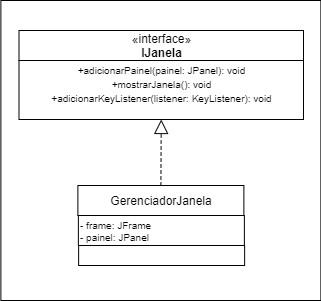
Above: ProjetoFinal/assets/InterfaceJanela.png in gabrielmelo00/OOP_Final_Projects (draw.io), before the change. Source tidied: cells renumbered, new cells last; positions are measured from the earlier drawing's top-left corner, leaving out a move shared by most shapes.
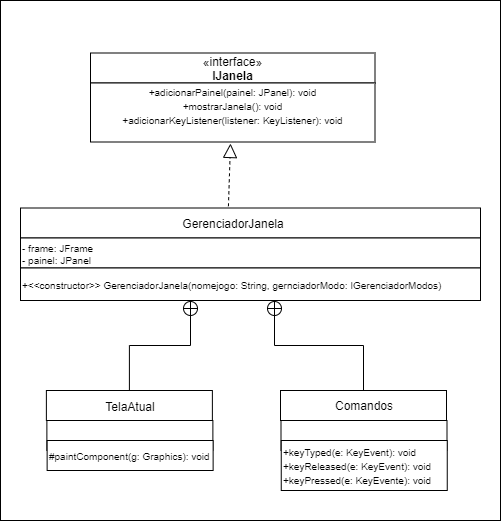
After the commit.

The edit, as a diff of the source:
```diff
@@ -2,29 +2,65 @@
   <root>
     <mxCell id="0" />
     <mxCell id="1" parent="0" />
-    <mxCell id="2" style="rounded=0;whiteSpace=wrap;html=1;" parent="1" vertex="1">
-      <mxGeometry x="0.4" width="320" height="300" as="geometry" />
-    </mxCell>
+    <mxCell id="10" style="rounded=0;whiteSpace=wrap;html=1;" parent="1" vertex="1">
+      <mxGeometry x="-71.5" y="-22.5" width="500" height="520" as="geometry" />
+    </mxCell>
     <mxCell id="3" value="«interface»&lt;br&gt;&lt;b&gt;IJanela&lt;/b&gt;" style="html=1;fillColor=#ffffff;" parent="1" vertex="1">
       <mxGeometry x="18.5" y="30" width="284.5" height="30" as="geometry" />
     </mxCell>
     <mxCell id="4" value="&lt;font&gt;&lt;span style=&quot;font-size: 10px&quot;&gt;+adicionarPainel(painel: JPanel): void&lt;/span&gt;&lt;br&gt;&lt;span style=&quot;font-size: 10px&quot;&gt;+mostrarJanela(): void&lt;br&gt;+adicionarKeyListener(listener:&amp;nbsp;&lt;/span&gt;&lt;span style=&quot;font-size: 10px&quot;&gt;KeyListener&lt;/span&gt;&lt;span style=&quot;font-size: 10px&quot;&gt;): void&lt;/span&gt;&lt;br&gt;&lt;br&gt;&lt;/font&gt;" style="html=1;fillColor=#ffffff;" parent="1" vertex="1">
       <mxGeometry x="18.5" y="60" width="284.5" height="59" as="geometry" />
     </mxCell>
-    <mxCell id="5" style="endArrow=block;dashed=1;endFill=0;endSize=12;html=1;exitX=0.5;exitY=0;exitDx=0;exitDy=0;entryX=0.5;entryY=1;entryDx=0;entryDy=0;" parent="1" edge="1" source="6" target="4">
-      <mxGeometry relative="1" as="geometry" />
-    </mxCell>
-    <mxCell id="6" style="rounded=0;whiteSpace=wrap;html=1;fillColor=#ffffff;" parent="1" vertex="1">
-      <mxGeometry x="77.4" y="185" width="166" height="30" as="geometry" />
-    </mxCell>
+    <mxCell id="11" style="endArrow=block;dashed=1;endFill=0;endSize=12;html=1;exitX=0.452;exitY=-0.058;exitDx=0;exitDy=0;exitPerimeter=0;" parent="1" edge="1" source="12">
+      <mxGeometry relative="1" as="geometry">
+        <mxPoint x="158.5" y="120.5" as="targetPoint" />
+      </mxGeometry>
+    </mxCell>
+    <mxCell id="12" style="rounded=0;whiteSpace=wrap;html=1;fillColor=#ffffff;" parent="1" vertex="1">
+      <mxGeometry x="-51.5" y="185" width="460" height="30" as="geometry" />
+    </mxCell>
     <mxCell id="7" value="GerenciadorJanela&lt;br&gt;" style="text;html=1;strokeColor=none;fillColor=none;align=center;verticalAlign=middle;whiteSpace=wrap;rounded=0;" parent="1" vertex="1">
       <mxGeometry x="141.1" y="190" width="40" height="20" as="geometry" />
     </mxCell>
     <mxCell id="8" value="&lt;div&gt;&lt;span style=&quot;font-size: x-small&quot;&gt;- frame: JFrame&lt;/span&gt;&lt;/div&gt;&lt;font size=&quot;1&quot;&gt;&lt;div&gt;&lt;span&gt;- painel: JPanel&lt;/span&gt;&lt;/div&gt;&lt;/font&gt;" style="rounded=0;whiteSpace=wrap;html=1;fillColor=#ffffff;align=left;" parent="1" vertex="1">
-      <mxGeometry x="77.9" y="215" width="166" height="30" as="geometry" />
+      <mxGeometry x="-51.5" y="215" width="460" height="30" as="geometry" />
     </mxCell>
-    <mxCell id="9" style="rounded=0;whiteSpace=wrap;html=1;fillColor=#ffffff;align=left;" parent="1" vertex="1">
-      <mxGeometry x="78.1" y="245" width="166" height="20" as="geometry" />
-    </mxCell>
+    <mxCell id="13" value="&lt;span style=&quot;font-size: 10px&quot;&gt;+&amp;lt;&amp;lt;constructor&amp;gt;&amp;gt; GerenciadorJanela(nomejogo: String, gernciadorModo: IGerenciadorModos)&lt;/span&gt;&lt;font size=&quot;1&quot;&gt;&lt;br&gt;&lt;/font&gt;" style="rounded=0;whiteSpace=wrap;html=1;fillColor=#ffffff;align=left;" parent="1" vertex="1">
+      <mxGeometry x="-51.5" y="245" width="460" height="32.5" as="geometry" />
+    </mxCell>
+    <mxCell id="14" style="edgeStyle=orthogonalEdgeStyle;rounded=0;jettySize=auto;html=1;endArrow=circlePlus;endFill=0;" parent="1" edge="1" source="15">
+      <mxGeometry relative="1" as="geometry">
+        <mxPoint x="118.5" y="277.5" as="targetPoint" />
+      </mxGeometry>
+    </mxCell>
+    <mxCell id="15" style="rounded=0;whiteSpace=wrap;html=1;fillColor=#ffffff;" parent="1" vertex="1">
+      <mxGeometry x="-25.6" y="367.5" width="166" height="30" as="geometry" />
+    </mxCell>
+    <mxCell id="16" value="TelaAtual" style="text;html=1;strokeColor=none;fillColor=none;align=center;verticalAlign=middle;whiteSpace=wrap;rounded=0;" parent="1" vertex="1">
+      <mxGeometry x="38.1" y="373.5" width="40" height="20" as="geometry" />
+    </mxCell>
+    <mxCell id="17" value="&lt;div&gt;&lt;br&gt;&lt;/div&gt;&lt;font size=&quot;1&quot;&gt;&lt;br&gt;&lt;/font&gt;" style="rounded=0;whiteSpace=wrap;html=1;fillColor=#ffffff;align=left;" parent="1" vertex="1">
+      <mxGeometry x="-25.1" y="397.5" width="166" height="30" as="geometry" />
+    </mxCell>
+    <mxCell id="18" value="&lt;font size=&quot;1&quot;&gt;#paintComponent(g: Graphics): void&lt;/font&gt;" style="rounded=0;whiteSpace=wrap;html=1;fillColor=#ffffff;align=left;" parent="1" vertex="1">
+      <mxGeometry x="-24.9" y="417.5" width="166" height="30" as="geometry" />
+    </mxCell>
+    <mxCell id="19" style="edgeStyle=orthogonalEdgeStyle;rounded=0;jettySize=auto;html=1;exitX=0.5;exitY=0;exitDx=0;exitDy=0;endArrow=circlePlus;endFill=0;" parent="1" edge="1" source="20">
+      <mxGeometry relative="1" as="geometry">
+        <mxPoint x="202.5" y="277.5" as="targetPoint" />
+      </mxGeometry>
+    </mxCell>
+    <mxCell id="20" style="rounded=0;whiteSpace=wrap;html=1;fillColor=#ffffff;" parent="1" vertex="1">
+      <mxGeometry x="208.5" y="367.5" width="166" height="30" as="geometry" />
+    </mxCell>
+    <mxCell id="21" value="Comandos" style="text;html=1;strokeColor=none;fillColor=none;align=center;verticalAlign=middle;whiteSpace=wrap;rounded=0;" parent="1" vertex="1">
+      <mxGeometry x="272.2" y="372.5" width="40" height="20" as="geometry" />
+    </mxCell>
+    <mxCell id="22" style="rounded=0;whiteSpace=wrap;html=1;fillColor=#ffffff;align=left;" parent="1" vertex="1">
+      <mxGeometry x="209" y="397.5" width="166" height="30" as="geometry" />
+    </mxCell>
+    <mxCell id="23" value="&lt;font size=&quot;1&quot;&gt;+keyTyped(e: KeyEvent): void&lt;br&gt;+keyReleased(e: KeyEvent): void&lt;br&gt;+keyPressed(e: KeyEvente): void&lt;br&gt;&lt;/font&gt;" style="rounded=0;whiteSpace=wrap;html=1;fillColor=#ffffff;align=left;" parent="1" vertex="1">
+      <mxGeometry x="209.2" y="417.5" width="166" height="50" as="geometry" />
+    </mxCell>
   </root>
 </mxGraphModel>
```
